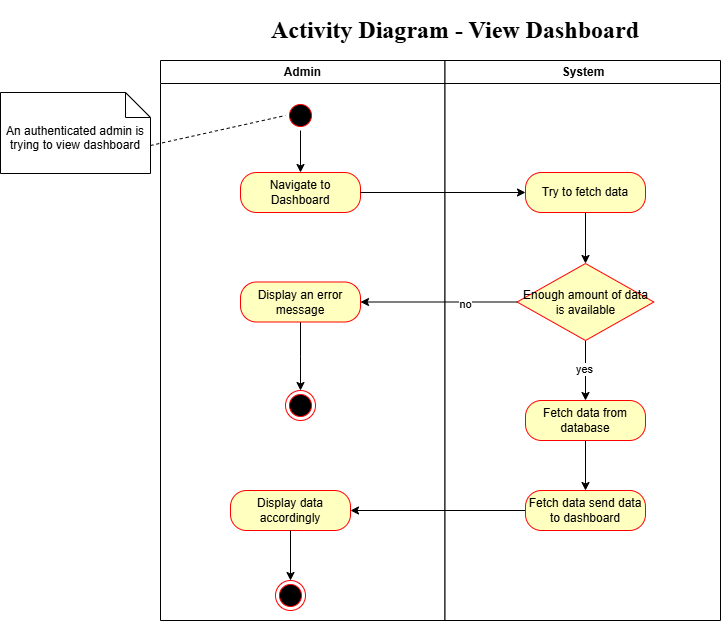
Earlier version of the draw.io export Design/Proposed/Activity Diagrams/View_Reports_Activity.png (Hashan-Samarakkody/Cmax_Online_Store). Source tidied: cells renumbered, new cells last; positions are measured from the earlier drawing's top-left corner, leaving out a move shared by most shapes. The source it was exported from:
```xml
<mxGraphModel>
  <root>
    <mxCell id="0" />
    <mxCell id="1" parent="0" />
    <mxCell id="2" value="Admin" style="swimlane;whiteSpace=wrap;swimlaneFillColor=default;" parent="1" vertex="1">
      <mxGeometry x="160" y="50" width="284.5" height="560" as="geometry" />
    </mxCell>
    <mxCell id="3" style="edgeStyle=orthogonalEdgeStyle;rounded=0;jettySize=auto;html=1;" parent="2" edge="1" source="4" target="5">
      <mxGeometry relative="1" as="geometry" />
    </mxCell>
    <mxCell id="4" style="ellipse;shape=startState;fillColor=#000000;strokeColor=#ff0000;" parent="2" vertex="1">
      <mxGeometry x="125" y="40" width="30" height="30" as="geometry" />
    </mxCell>
    <mxCell id="5" value="Navigate to Dashboard" style="rounded=1;whiteSpace=wrap;html=1;arcSize=40;fontColor=#000000;fillColor=#ffffc0;strokeColor=#ff0000;" parent="2" vertex="1">
      <mxGeometry x="80" y="112" width="120" height="40" as="geometry" />
    </mxCell>
    <mxCell id="6" style="edgeStyle=orthogonalEdgeStyle;rounded=0;jettySize=auto;html=1;" parent="2" edge="1" source="7">
      <mxGeometry relative="1" as="geometry">
        <mxPoint x="140" y="330" as="targetPoint" />
      </mxGeometry>
    </mxCell>
    <mxCell id="7" value="Display an error message" style="rounded=1;whiteSpace=wrap;html=1;arcSize=40;fontColor=#000000;fillColor=#ffffc0;strokeColor=#ff0000;" parent="2" vertex="1">
      <mxGeometry x="80" y="221.5" width="120" height="40" as="geometry" />
    </mxCell>
    <mxCell id="8" style="ellipse;html=1;shape=endState;fillColor=#000000;strokeColor=#ff0000;" parent="2" vertex="1">
      <mxGeometry x="125" y="330" width="30" height="30" as="geometry" />
    </mxCell>
    <mxCell id="9" value="System" style="swimlane;whiteSpace=wrap;startSize=23;swimlaneFillColor=default;" parent="1" vertex="1">
      <mxGeometry x="444.5" y="50" width="275.5" height="560" as="geometry" />
    </mxCell>
    <mxCell id="10" style="edgeStyle=orthogonalEdgeStyle;rounded=0;jettySize=auto;html=1;entryX=0.5;entryY=0;entryDx=0;entryDy=0;" parent="9" edge="1" source="11" target="14">
      <mxGeometry relative="1" as="geometry" />
    </mxCell>
    <mxCell id="11" value="Try to fetch data" style="rounded=1;whiteSpace=wrap;html=1;arcSize=40;fontColor=#000000;fillColor=#ffffc0;strokeColor=#ff0000;" parent="9" vertex="1">
      <mxGeometry x="80.5" y="112" width="120" height="40" as="geometry" />
    </mxCell>
    <mxCell id="12" style="edgeStyle=orthogonalEdgeStyle;rounded=0;jettySize=auto;html=1;" parent="9" edge="1" source="14" target="21">
      <mxGeometry relative="1" as="geometry" />
    </mxCell>
    <mxCell id="13" value="yes" style="edgeLabel;html=1;align=center;verticalAlign=middle;" parent="12" vertex="1">
      <mxGeometry x="-0.06" y="-1" relative="1" as="geometry" />
    </mxCell>
    <mxCell id="14" value="Enough amount of data is available" style="rhombus;whiteSpace=wrap;html=1;fontColor=#000000;fillColor=#ffffc0;strokeColor=#ff0000;" parent="9" vertex="1">
      <mxGeometry x="72.1" y="203" width="136.8" height="77" as="geometry" />
    </mxCell>
    <mxCell id="15" value="Display data accordingly" style="rounded=1;whiteSpace=wrap;html=1;arcSize=40;fontColor=#000000;fillColor=#ffffc0;strokeColor=#ff0000;" parent="9" vertex="1">
      <mxGeometry x="-214.5" y="430" width="120" height="40" as="geometry" />
    </mxCell>
    <mxCell id="16" style="ellipse;html=1;shape=endState;fillColor=#000000;strokeColor=#ff0000;" parent="9" vertex="1">
      <mxGeometry x="-169.5" y="520" width="30" height="30" as="geometry" />
    </mxCell>
    <mxCell id="17" style="edgeStyle=orthogonalEdgeStyle;rounded=0;jettySize=auto;html=1;entryX=1;entryY=0.5;entryDx=0;entryDy=0;" parent="9" edge="1" source="18" target="15">
      <mxGeometry relative="1" as="geometry" />
    </mxCell>
    <mxCell id="18" value="Fetch data send data to dashboard" style="rounded=1;whiteSpace=wrap;html=1;arcSize=40;fontColor=#000000;fillColor=#ffffc0;strokeColor=#ff0000;" parent="9" vertex="1">
      <mxGeometry x="80.5" y="430" width="120" height="40" as="geometry" />
    </mxCell>
    <mxCell id="19" style="edgeStyle=orthogonalEdgeStyle;rounded=0;jettySize=auto;html=1;" parent="9" edge="1" source="15" target="16">
      <mxGeometry relative="1" as="geometry" />
    </mxCell>
    <mxCell id="20" style="edgeStyle=orthogonalEdgeStyle;rounded=0;jettySize=auto;html=1;" parent="9" edge="1" source="21" target="18">
      <mxGeometry relative="1" as="geometry" />
    </mxCell>
    <mxCell id="21" value="Fetch data from database" style="rounded=1;whiteSpace=wrap;html=1;arcSize=40;fontColor=#000000;fillColor=#ffffc0;strokeColor=#ff0000;" parent="9" vertex="1">
      <mxGeometry x="80.5" y="340" width="120" height="40" as="geometry" />
    </mxCell>
    <mxCell id="22" value="An authenticated admin is trying to view dashboard" style="shape=note2;boundedLbl=1;whiteSpace=wrap;html=1;size=25;verticalAlign=top;align=center;" parent="1" vertex="1">
      <mxGeometry y="82" width="150" height="81" as="geometry" />
    </mxCell>
    <mxCell id="23" style="endArrow=none;dashed=1;html=1;rounded=0;entryX=0;entryY=0.5;entryDx=0;entryDy=0;exitX=0;exitY=0;exitDx=150;exitDy=53;exitPerimeter=0;" parent="1" edge="1" source="22" target="4">
      <mxGeometry relative="1" as="geometry" />
    </mxCell>
    <mxCell id="24" style="edgeStyle=orthogonalEdgeStyle;rounded=0;jettySize=auto;html=1;entryX=0;entryY=0.5;entryDx=0;entryDy=0;" parent="1" edge="1" source="5" target="11">
      <mxGeometry relative="1" as="geometry" />
    </mxCell>
    <mxCell id="25" value="&lt;h1&gt;&lt;font face=&quot;Times New Roman&quot;&gt;Activity Diagram - View Dashboard&lt;/font&gt;&lt;/h1&gt;" style="text;html=1;align=center;verticalAlign=middle;whiteSpace=wrap;rounded=0;" parent="1" vertex="1">
      <mxGeometry x="250" width="410" height="40" as="geometry" />
    </mxCell>
    <mxCell id="26" style="edgeStyle=orthogonalEdgeStyle;rounded=0;jettySize=auto;html=1;entryX=1;entryY=0.5;entryDx=0;entryDy=0;" parent="1" edge="1" source="14" target="7">
      <mxGeometry relative="1" as="geometry" />
    </mxCell>
    <mxCell id="27" value="no" style="edgeLabel;html=1;align=center;verticalAlign=middle;" parent="26" vertex="1">
      <mxGeometry x="-0.33" y="2" relative="1" as="geometry" />
    </mxCell>
  </root>
</mxGraphModel>
```
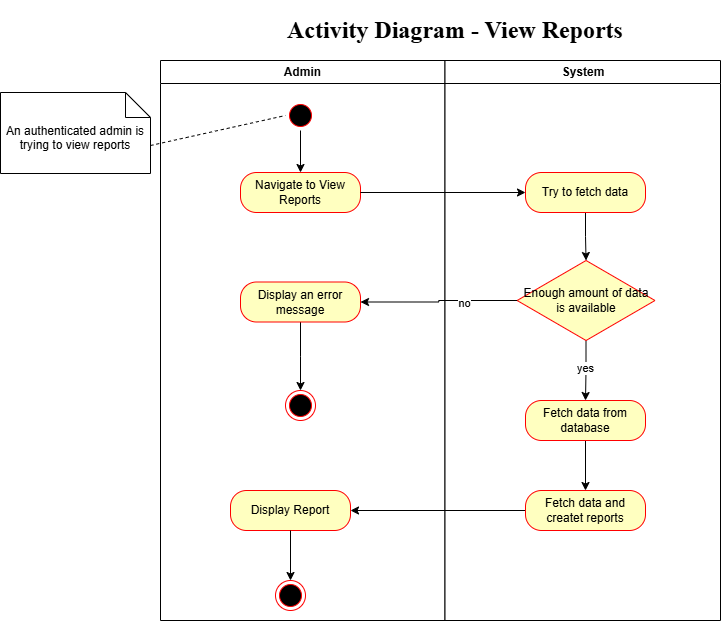
The same file after the commit.

Commit message:
Add deployment diagram

What changed in the source:
```diff
@@ -11,7 +11,7 @@
     <mxCell id="4" style="ellipse;shape=startState;fillColor=#000000;strokeColor=#ff0000;" parent="2" vertex="1">
       <mxGeometry x="125" y="40" width="30" height="30" as="geometry" />
     </mxCell>
-    <mxCell id="5" value="Navigate to Dashboard" style="rounded=1;whiteSpace=wrap;html=1;arcSize=40;fontColor=#000000;fillColor=#ffffc0;strokeColor=#ff0000;" parent="2" vertex="1">
+    <mxCell id="5" value="Navigate to View Reports" style="rounded=1;whiteSpace=wrap;html=1;arcSize=40;fontColor=#000000;fillColor=#ffffc0;strokeColor=#ff0000;" parent="2" vertex="1">
       <mxGeometry x="80" y="112" width="120" height="40" as="geometry" />
     </mxCell>
     <mxCell id="6" style="edgeStyle=orthogonalEdgeStyle;rounded=0;jettySize=auto;html=1;" parent="2" edge="1" source="7">
@@ -41,9 +41,9 @@
       <mxGeometry x="-0.06" y="-1" relative="1" as="geometry" />
     </mxCell>
     <mxCell id="14" value="Enough amount of data is available" style="rhombus;whiteSpace=wrap;html=1;fontColor=#000000;fillColor=#ffffc0;strokeColor=#ff0000;" parent="9" vertex="1">
-      <mxGeometry x="72.1" y="203" width="136.8" height="77" as="geometry" />
+      <mxGeometry x="72.1" y="200" width="137.9" height="80" as="geometry" />
     </mxCell>
-    <mxCell id="15" value="Display data accordingly" style="rounded=1;whiteSpace=wrap;html=1;arcSize=40;fontColor=#000000;fillColor=#ffffc0;strokeColor=#ff0000;" parent="9" vertex="1">
+    <mxCell id="15" value="Display Report" style="rounded=1;whiteSpace=wrap;html=1;arcSize=40;fontColor=#000000;fillColor=#ffffc0;strokeColor=#ff0000;" parent="9" vertex="1">
       <mxGeometry x="-214.5" y="430" width="120" height="40" as="geometry" />
     </mxCell>
     <mxCell id="16" style="ellipse;html=1;shape=endState;fillColor=#000000;strokeColor=#ff0000;" parent="9" vertex="1">
@@ -52,7 +52,7 @@
     <mxCell id="17" style="edgeStyle=orthogonalEdgeStyle;rounded=0;jettySize=auto;html=1;entryX=1;entryY=0.5;entryDx=0;entryDy=0;" parent="9" edge="1" source="18" target="15">
       <mxGeometry relative="1" as="geometry" />
     </mxCell>
-    <mxCell id="18" value="Fetch data send data to dashboard" style="rounded=1;whiteSpace=wrap;html=1;arcSize=40;fontColor=#000000;fillColor=#ffffc0;strokeColor=#ff0000;" parent="9" vertex="1">
+    <mxCell id="18" value="Fetch data and createt reports" style="rounded=1;whiteSpace=wrap;html=1;arcSize=40;fontColor=#000000;fillColor=#ffffc0;strokeColor=#ff0000;" parent="9" vertex="1">
       <mxGeometry x="80.5" y="430" width="120" height="40" as="geometry" />
     </mxCell>
     <mxCell id="19" style="edgeStyle=orthogonalEdgeStyle;rounded=0;jettySize=auto;html=1;" parent="9" edge="1" source="15" target="16">
@@ -64,7 +64,7 @@
     <mxCell id="21" value="Fetch data from database" style="rounded=1;whiteSpace=wrap;html=1;arcSize=40;fontColor=#000000;fillColor=#ffffc0;strokeColor=#ff0000;" parent="9" vertex="1">
       <mxGeometry x="80.5" y="340" width="120" height="40" as="geometry" />
     </mxCell>
-    <mxCell id="22" value="An authenticated admin is trying to view dashboard" style="shape=note2;boundedLbl=1;whiteSpace=wrap;html=1;size=25;verticalAlign=top;align=center;" parent="1" vertex="1">
+    <mxCell id="22" value="An authenticated admin is trying to view reports" style="shape=note2;boundedLbl=1;whiteSpace=wrap;html=1;size=25;verticalAlign=top;align=center;" parent="1" vertex="1">
       <mxGeometry y="82" width="150" height="81" as="geometry" />
     </mxCell>
     <mxCell id="23" style="endArrow=none;dashed=1;html=1;rounded=0;entryX=0;entryY=0.5;entryDx=0;entryDy=0;exitX=0;exitY=0;exitDx=150;exitDy=53;exitPerimeter=0;" parent="1" edge="1" source="22" target="4">
@@ -73,7 +73,7 @@
     <mxCell id="24" style="edgeStyle=orthogonalEdgeStyle;rounded=0;jettySize=auto;html=1;entryX=0;entryY=0.5;entryDx=0;entryDy=0;" parent="1" edge="1" source="5" target="11">
       <mxGeometry relative="1" as="geometry" />
     </mxCell>
-    <mxCell id="25" value="&lt;h1&gt;&lt;font face=&quot;Times New Roman&quot;&gt;Activity Diagram - View Dashboard&lt;/font&gt;&lt;/h1&gt;" style="text;html=1;align=center;verticalAlign=middle;whiteSpace=wrap;rounded=0;" parent="1" vertex="1">
+    <mxCell id="25" value="&lt;h1&gt;&lt;font face=&quot;Times New Roman&quot;&gt;Activity Diagram - View Reports&lt;/font&gt;&lt;/h1&gt;" style="text;html=1;align=center;verticalAlign=middle;whiteSpace=wrap;rounded=0;" parent="1" vertex="1">
       <mxGeometry x="250" width="410" height="40" as="geometry" />
     </mxCell>
     <mxCell id="26" style="edgeStyle=orthogonalEdgeStyle;rounded=0;jettySize=auto;html=1;entryX=1;entryY=0.5;entryDx=0;entryDy=0;" parent="1" edge="1" source="14" target="7">
```
